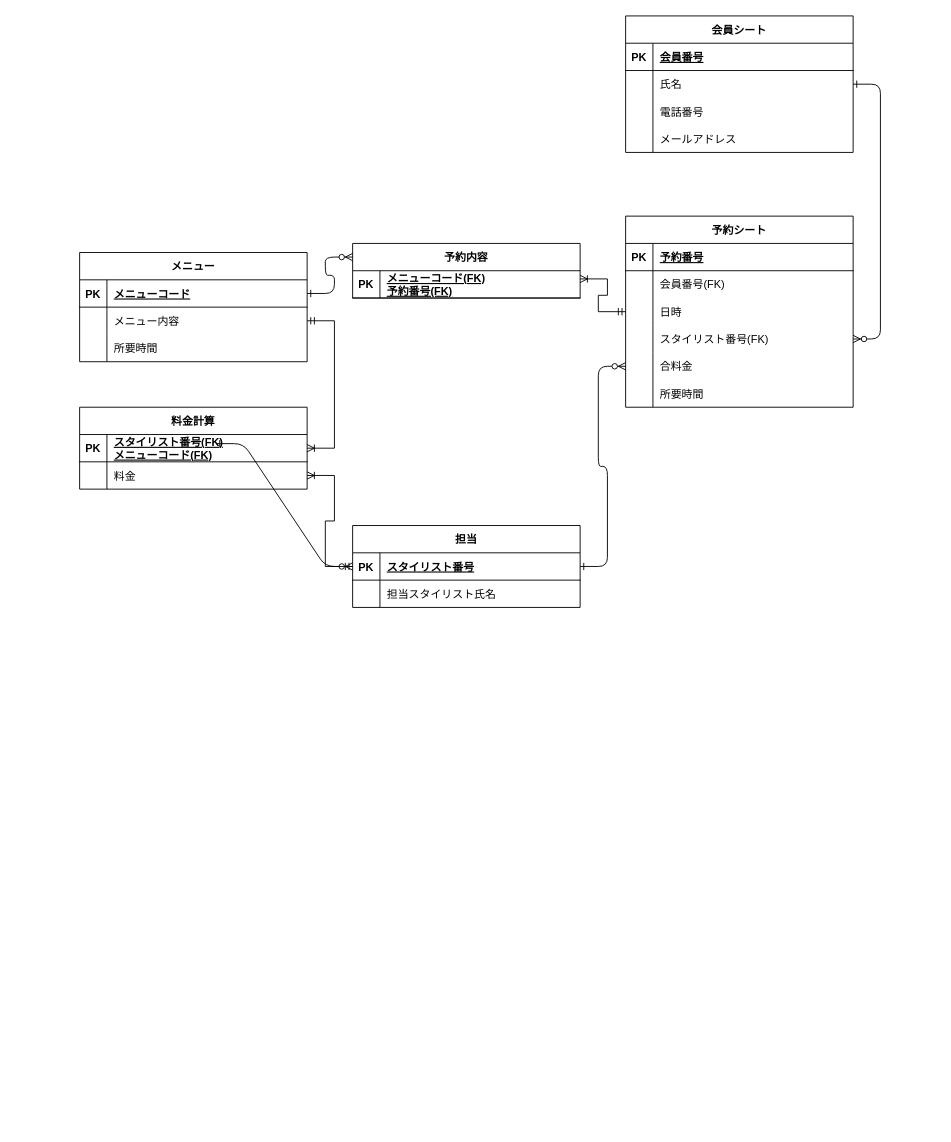
The draw.io diagram SQL入門総合問題.drawio in hie3-336/ER-draw.io, before the edit. Source tidied: cells renumbered, new cells numbered last; positions are measured from the earlier drawing's top-left corner, leaving out a move shared by most shapes. Both pictures are drawn from the tidied source at 91%, with x=0, y=0 at pixel (79, 15).
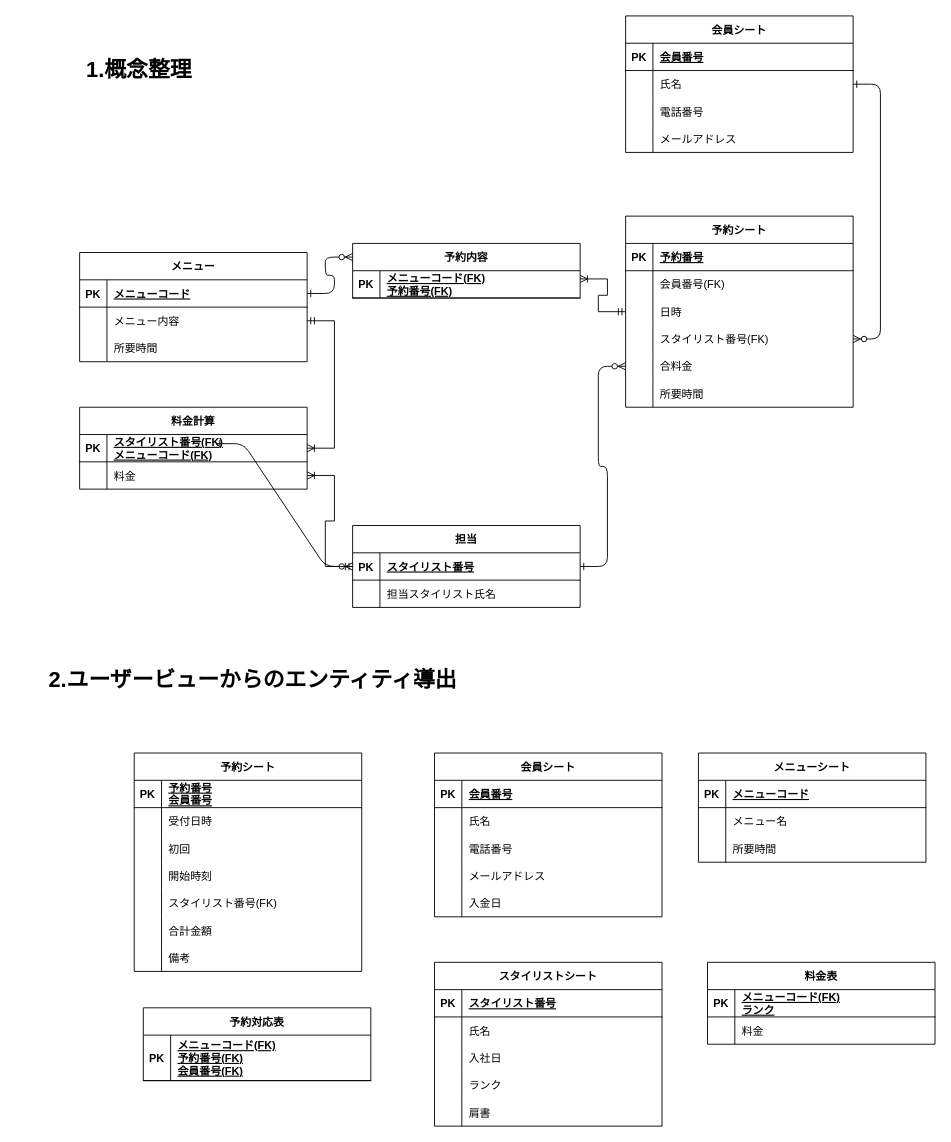
After the change.

Commit message (it also covers changes not shown here):
SQL入門総合問題.drawio を更新します

The edit, as a diff of the source:
```diff
@@
+    <mxCell id="69" value="1.概念整理" style="text;strokeColor=none;fillColor=none;html=1;fontSize=24;fontStyle=1;verticalAlign=middle;align=center;" parent="1" vertex="1">
+      <mxGeometry x="-10" y="40" width="150" height="40" as="geometry" />
+    </mxCell>
+    <mxCell id="70" value="2.ユーザービューからのエンティティ導出" style="text;strokeColor=none;fillColor=none;html=1;fontSize=24;fontStyle=1;verticalAlign=middle;align=center;" parent="1" vertex="1">
+      <mxGeometry x="-70" y="710" width="520" height="40" as="geometry" />
+    </mxCell>
+    <mxCell id="71" value="予約シート" style="shape=table;startSize=30;childLayout=tableLayout;rowLines=0;fontStyle=1;align=center;" parent="1" vertex="1">
+      <mxGeometry x="60" y="810" width="250" height="240" as="geometry" />
+    </mxCell>
+    <mxCell id="72" style="shape=partialRectangle;fillColor=none;top=0;left=0;right=0;bottom=1;" parent="71" vertex="1">
+      <mxGeometry y="30" width="250" height="30" as="geometry" />
+    </mxCell>
+    <mxCell id="73" value="PK" style="shape=partialRectangle;overflow=hidden;fillColor=none;top=0;left=0;bottom=0;right=0;fontStyle=1;" parent="72" vertex="1">
+      <mxGeometry width="30" height="30" as="geometry" />
+    </mxCell>
+    <mxCell id="74" value="予約番号&#10;会員番号" style="shape=partialRectangle;overflow=hidden;fillColor=none;top=0;left=0;bottom=0;right=0;align=left;spacingLeft=6;fontStyle=5;" parent="72" vertex="1">
+      <mxGeometry x="30" width="220" height="30" as="geometry" />
+    </mxCell>
+    <mxCell id="75" style="shape=partialRectangle;fillColor=none;top=0;left=0;right=0;bottom=0;" parent="71" vertex="1">
+      <mxGeometry y="60" width="250" height="30" as="geometry" />
+    </mxCell>
+    <mxCell id="76" style="shape=partialRectangle;overflow=hidden;fillColor=none;top=0;left=0;bottom=0;right=0;" parent="75" vertex="1">
+      <mxGeometry width="30" height="30" as="geometry" />
+    </mxCell>
+    <mxCell id="77" value="受付日時" style="shape=partialRectangle;overflow=hidden;fillColor=none;top=0;left=0;bottom=0;right=0;align=left;spacingLeft=6;" parent="75" vertex="1">
+      <mxGeometry x="30" width="220" height="30" as="geometry" />
+    </mxCell>
+    <mxCell id="78" style="shape=partialRectangle;fillColor=none;top=0;left=0;right=0;bottom=0;" parent="71" vertex="1">
+      <mxGeometry y="90" width="250" height="30" as="geometry" />
+    </mxCell>
+    <mxCell id="79" style="shape=partialRectangle;overflow=hidden;fillColor=none;top=0;left=0;bottom=0;right=0;" parent="78" vertex="1">
+      <mxGeometry width="30" height="30" as="geometry" />
+    </mxCell>
+    <mxCell id="80" value="初回" style="shape=partialRectangle;overflow=hidden;fillColor=none;top=0;left=0;bottom=0;right=0;align=left;spacingLeft=6;" parent="78" vertex="1">
+      <mxGeometry x="30" width="220" height="30" as="geometry" />
+    </mxCell>
+    <mxCell id="81" style="shape=partialRectangle;fillColor=none;top=0;left=0;right=0;bottom=0;" parent="71" vertex="1">
+      <mxGeometry y="120" width="250" height="30" as="geometry" />
+    </mxCell>
+    <mxCell id="82" style="shape=partialRectangle;overflow=hidden;fillColor=none;top=0;left=0;bottom=0;right=0;" parent="81" vertex="1">
+      <mxGeometry width="30" height="30" as="geometry" />
+    </mxCell>
+    <mxCell id="83" value="開始時刻" style="shape=partialRectangle;overflow=hidden;fillColor=none;top=0;left=0;bottom=0;right=0;align=left;spacingLeft=6;" parent="81" vertex="1">
+      <mxGeometry x="30" width="220" height="30" as="geometry" />
+    </mxCell>
+    <mxCell id="84" style="shape=partialRectangle;fillColor=none;top=0;left=0;right=0;bottom=0;" parent="71" vertex="1">
+      <mxGeometry y="150" width="250" height="30" as="geometry" />
+    </mxCell>
+    <mxCell id="85" style="shape=partialRectangle;overflow=hidden;fillColor=none;top=0;left=0;bottom=0;right=0;" parent="84" vertex="1">
+      <mxGeometry width="30" height="30" as="geometry" />
+    </mxCell>
+    <mxCell id="86" value="スタイリスト番号(FK)" style="shape=partialRectangle;overflow=hidden;fillColor=none;top=0;left=0;bottom=0;right=0;align=left;spacingLeft=6;" parent="84" vertex="1">
+      <mxGeometry x="30" width="220" height="30" as="geometry" />
+    </mxCell>
+    <mxCell id="87" style="shape=partialRectangle;fillColor=none;top=0;left=0;right=0;bottom=0;" parent="71" vertex="1">
+      <mxGeometry y="180" width="250" height="30" as="geometry" />
+    </mxCell>
+    <mxCell id="88" style="shape=partialRectangle;overflow=hidden;fillColor=none;top=0;left=0;bottom=0;right=0;" parent="87" vertex="1">
+      <mxGeometry width="30" height="30" as="geometry" />
+    </mxCell>
+    <mxCell id="89" value="合計金額" style="shape=partialRectangle;overflow=hidden;fillColor=none;top=0;left=0;bottom=0;right=0;align=left;spacingLeft=6;" parent="87" vertex="1">
+      <mxGeometry x="30" width="220" height="30" as="geometry" />
+    </mxCell>
+    <mxCell id="90" style="shape=partialRectangle;fillColor=none;top=0;left=0;right=0;bottom=0;" parent="71" vertex="1">
+      <mxGeometry y="210" width="250" height="30" as="geometry" />
+    </mxCell>
+    <mxCell id="91" style="shape=partialRectangle;overflow=hidden;fillColor=none;top=0;left=0;bottom=0;right=0;" parent="90" vertex="1">
+      <mxGeometry width="30" height="30" as="geometry" />
+    </mxCell>
+    <mxCell id="92" value="備考" style="shape=partialRectangle;overflow=hidden;fillColor=none;top=0;left=0;bottom=0;right=0;align=left;spacingLeft=6;" parent="90" vertex="1">
+      <mxGeometry x="30" width="220" height="30" as="geometry" />
+    </mxCell>
+    <mxCell id="93" value="会員シート" style="shape=table;startSize=30;childLayout=tableLayout;rowLines=0;fontStyle=1;align=center;" parent="1" vertex="1">
+      <mxGeometry x="390" y="810" width="250" height="180" as="geometry" />
+    </mxCell>
+    <mxCell id="94" style="shape=partialRectangle;fillColor=none;top=0;left=0;right=0;bottom=1;" parent="93" vertex="1">
+      <mxGeometry y="30" width="250" height="30" as="geometry" />
+    </mxCell>
+    <mxCell id="95" value="PK" style="shape=partialRectangle;overflow=hidden;fillColor=none;top=0;left=0;bottom=0;right=0;fontStyle=1;" parent="94" vertex="1">
+      <mxGeometry width="30" height="30" as="geometry" />
+    </mxCell>
+    <mxCell id="96" value="会員番号" style="shape=partialRectangle;overflow=hidden;fillColor=none;top=0;left=0;bottom=0;right=0;align=left;spacingLeft=6;fontStyle=5;" parent="94" vertex="1">
+      <mxGeometry x="30" width="220" height="30" as="geometry" />
+    </mxCell>
+    <mxCell id="97" style="shape=partialRectangle;fillColor=none;top=0;left=0;right=0;bottom=0;" parent="93" vertex="1">
+      <mxGeometry y="60" width="250" height="30" as="geometry" />
+    </mxCell>
+    <mxCell id="98" style="shape=partialRectangle;overflow=hidden;fillColor=none;top=0;left=0;bottom=0;right=0;" parent="97" vertex="1">
+      <mxGeometry width="30" height="30" as="geometry" />
+    </mxCell>
+    <mxCell id="99" value="氏名" style="shape=partialRectangle;overflow=hidden;fillColor=none;top=0;left=0;bottom=0;right=0;align=left;spacingLeft=6;" parent="97" vertex="1">
+      <mxGeometry x="30" width="220" height="30" as="geometry" />
+    </mxCell>
+    <mxCell id="100" style="shape=partialRectangle;fillColor=none;top=0;left=0;right=0;bottom=0;" parent="93" vertex="1">
+      <mxGeometry y="90" width="250" height="30" as="geometry" />
+    </mxCell>
+    <mxCell id="101" style="shape=partialRectangle;overflow=hidden;fillColor=none;top=0;left=0;bottom=0;right=0;" parent="100" vertex="1">
+      <mxGeometry width="30" height="30" as="geometry" />
+    </mxCell>
+    <mxCell id="102" value="電話番号" style="shape=partialRectangle;overflow=hidden;fillColor=none;top=0;left=0;bottom=0;right=0;align=left;spacingLeft=6;" parent="100" vertex="1">
+      <mxGeometry x="30" width="220" height="30" as="geometry" />
+    </mxCell>
+    <mxCell id="103" style="shape=partialRectangle;fillColor=none;top=0;left=0;right=0;bottom=0;" parent="93" vertex="1">
+      <mxGeometry y="120" width="250" height="30" as="geometry" />
+    </mxCell>
+    <mxCell id="104" style="shape=partialRectangle;overflow=hidden;fillColor=none;top=0;left=0;bottom=0;right=0;" parent="103" vertex="1">
+      <mxGeometry width="30" height="30" as="geometry" />
+    </mxCell>
+    <mxCell id="105" value="メールアドレス" style="shape=partialRectangle;overflow=hidden;fillColor=none;top=0;left=0;bottom=0;right=0;align=left;spacingLeft=6;" parent="103" vertex="1">
+      <mxGeometry x="30" width="220" height="30" as="geometry" />
+    </mxCell>
+    <mxCell id="106" style="shape=partialRectangle;fillColor=none;top=0;left=0;right=0;bottom=0;" parent="93" vertex="1">
+      <mxGeometry y="150" width="250" height="30" as="geometry" />
+    </mxCell>
+    <mxCell id="107" style="shape=partialRectangle;overflow=hidden;fillColor=none;top=0;left=0;bottom=0;right=0;" parent="106" vertex="1">
+      <mxGeometry width="30" height="30" as="geometry" />
+    </mxCell>
+    <mxCell id="108" value="入金日" style="shape=partialRectangle;overflow=hidden;fillColor=none;top=0;left=0;bottom=0;right=0;align=left;spacingLeft=6;" parent="106" vertex="1">
+      <mxGeometry x="30" width="220" height="30" as="geometry" />
+    </mxCell>
+    <mxCell id="109" value="メニューシート" style="shape=table;startSize=30;childLayout=tableLayout;rowLines=0;fontStyle=1;align=center;" parent="1" vertex="1">
+      <mxGeometry x="680" y="810" width="250" height="120" as="geometry" />
+    </mxCell>
+    <mxCell id="110" style="shape=partialRectangle;fillColor=none;top=0;left=0;right=0;bottom=1;" parent="109" vertex="1">
+      <mxGeometry y="30" width="250" height="30" as="geometry" />
+    </mxCell>
+    <mxCell id="111" value="PK" style="shape=partialRectangle;overflow=hidden;fillColor=none;top=0;left=0;bottom=0;right=0;fontStyle=1;" parent="110" vertex="1">
+      <mxGeometry width="30" height="30" as="geometry" />
+    </mxCell>
+    <mxCell id="112" value="メニューコード" style="shape=partialRectangle;overflow=hidden;fillColor=none;top=0;left=0;bottom=0;right=0;align=left;spacingLeft=6;fontStyle=5;" parent="110" vertex="1">
+      <mxGeometry x="30" width="220" height="30" as="geometry" />
+    </mxCell>
+    <mxCell id="113" style="shape=partialRectangle;fillColor=none;top=0;left=0;right=0;bottom=0;" parent="109" vertex="1">
+      <mxGeometry y="60" width="250" height="30" as="geometry" />
+    </mxCell>
+    <mxCell id="114" style="shape=partialRectangle;overflow=hidden;fillColor=none;top=0;left=0;bottom=0;right=0;" parent="113" vertex="1">
+      <mxGeometry width="30" height="30" as="geometry" />
+    </mxCell>
+    <mxCell id="115" value="メニュー名" style="shape=partialRectangle;overflow=hidden;fillColor=none;top=0;left=0;bottom=0;right=0;align=left;spacingLeft=6;" parent="113" vertex="1">
+      <mxGeometry x="30" width="220" height="30" as="geometry" />
+    </mxCell>
+    <mxCell id="116" style="shape=partialRectangle;fillColor=none;top=0;left=0;right=0;bottom=0;" parent="109" vertex="1">
+      <mxGeometry y="90" width="250" height="30" as="geometry" />
+    </mxCell>
+    <mxCell id="117" style="shape=partialRectangle;overflow=hidden;fillColor=none;top=0;left=0;bottom=0;right=0;" parent="116" vertex="1">
+      <mxGeometry width="30" height="30" as="geometry" />
+    </mxCell>
+    <mxCell id="118" value="所要時間" style="shape=partialRectangle;overflow=hidden;fillColor=none;top=0;left=0;bottom=0;right=0;align=left;spacingLeft=6;" parent="116" vertex="1">
+      <mxGeometry x="30" width="220" height="30" as="geometry" />
+    </mxCell>
+    <mxCell id="119" value="スタイリストシート" style="shape=table;startSize=30;childLayout=tableLayout;rowLines=0;fontStyle=1;align=center;" parent="1" vertex="1">
+      <mxGeometry x="390" y="1040" width="250" height="180" as="geometry" />
+    </mxCell>
+    <mxCell id="120" style="shape=partialRectangle;fillColor=none;top=0;left=0;right=0;bottom=1;" parent="119" vertex="1">
+      <mxGeometry y="30" width="250" height="30" as="geometry" />
+    </mxCell>
+    <mxCell id="121" value="PK" style="shape=partialRectangle;overflow=hidden;fillColor=none;top=0;left=0;bottom=0;right=0;fontStyle=1;" parent="120" vertex="1">
+      <mxGeometry width="30" height="30" as="geometry" />
+    </mxCell>
+    <mxCell id="122" value="スタイリスト番号" style="shape=partialRectangle;overflow=hidden;fillColor=none;top=0;left=0;bottom=0;right=0;align=left;spacingLeft=6;fontStyle=5;" parent="120" vertex="1">
+      <mxGeometry x="30" width="220" height="30" as="geometry" />
+    </mxCell>
+    <mxCell id="123" style="shape=partialRectangle;fillColor=none;top=0;left=0;right=0;bottom=0;" parent="119" vertex="1">
+      <mxGeometry y="60" width="250" height="30" as="geometry" />
+    </mxCell>
+    <mxCell id="124" style="shape=partialRectangle;overflow=hidden;fillColor=none;top=0;left=0;bottom=0;right=0;" parent="123" vertex="1">
+      <mxGeometry width="30" height="30" as="geometry" />
+    </mxCell>
+    <mxCell id="125" value="氏名" style="shape=partialRectangle;overflow=hidden;fillColor=none;top=0;left=0;bottom=0;right=0;align=left;spacingLeft=6;" parent="123" vertex="1">
+      <mxGeometry x="30" width="220" height="30" as="geometry" />
+    </mxCell>
+    <mxCell id="126" style="shape=partialRectangle;fillColor=none;top=0;left=0;right=0;bottom=0;" parent="119" vertex="1">
+      <mxGeometry y="90" width="250" height="30" as="geometry" />
+    </mxCell>
+    <mxCell id="127" style="shape=partialRectangle;overflow=hidden;fillColor=none;top=0;left=0;bottom=0;right=0;" parent="126" vertex="1">
+      <mxGeometry width="30" height="30" as="geometry" />
+    </mxCell>
+    <mxCell id="128" value="入社日" style="shape=partialRectangle;overflow=hidden;fillColor=none;top=0;left=0;bottom=0;right=0;align=left;spacingLeft=6;" parent="126" vertex="1">
+      <mxGeometry x="30" width="220" height="30" as="geometry" />
+    </mxCell>
+    <mxCell id="129" style="shape=partialRectangle;fillColor=none;top=0;left=0;right=0;bottom=0;" parent="119" vertex="1">
+      <mxGeometry y="120" width="250" height="30" as="geometry" />
+    </mxCell>
+    <mxCell id="130" style="shape=partialRectangle;overflow=hidden;fillColor=none;top=0;left=0;bottom=0;right=0;" parent="129" vertex="1">
+      <mxGeometry width="30" height="30" as="geometry" />
+    </mxCell>
+    <mxCell id="131" value="ランク" style="shape=partialRectangle;overflow=hidden;fillColor=none;top=0;left=0;bottom=0;right=0;align=left;spacingLeft=6;" parent="129" vertex="1">
+      <mxGeometry x="30" width="220" height="30" as="geometry" />
+    </mxCell>
+    <mxCell id="132" style="shape=partialRectangle;fillColor=none;top=0;left=0;right=0;bottom=0;" parent="119" vertex="1">
+      <mxGeometry y="150" width="250" height="30" as="geometry" />
+    </mxCell>
+    <mxCell id="133" style="shape=partialRectangle;overflow=hidden;fillColor=none;top=0;left=0;bottom=0;right=0;" parent="132" vertex="1">
+      <mxGeometry width="30" height="30" as="geometry" />
+    </mxCell>
+    <mxCell id="134" value="肩書" style="shape=partialRectangle;overflow=hidden;fillColor=none;top=0;left=0;bottom=0;right=0;align=left;spacingLeft=6;" parent="132" vertex="1">
+      <mxGeometry x="30" width="220" height="30" as="geometry" />
+    </mxCell>
+    <mxCell id="135" value="料金表" style="shape=table;startSize=30;childLayout=tableLayout;rowLines=0;fontStyle=1;align=center;" parent="1" vertex="1">
+      <mxGeometry x="690" y="1040" width="250" height="90" as="geometry" />
+    </mxCell>
+    <mxCell id="136" style="shape=partialRectangle;fillColor=none;top=0;left=0;right=0;bottom=1;" parent="135" vertex="1">
+      <mxGeometry y="30" width="250" height="30" as="geometry" />
+    </mxCell>
+    <mxCell id="137" value="PK" style="shape=partialRectangle;overflow=hidden;fillColor=none;top=0;left=0;bottom=0;right=0;fontStyle=1;" parent="136" vertex="1">
+      <mxGeometry width="30" height="30" as="geometry" />
+    </mxCell>
+    <mxCell id="138" value="メニューコード(FK)&#10;ランク" style="shape=partialRectangle;overflow=hidden;fillColor=none;top=0;left=0;bottom=0;right=0;align=left;spacingLeft=6;fontStyle=5;" parent="136" vertex="1">
+      <mxGeometry x="30" width="220" height="30" as="geometry" />
+    </mxCell>
+    <mxCell id="139" style="shape=partialRectangle;fillColor=none;top=0;left=0;right=0;bottom=0;" parent="135" vertex="1">
+      <mxGeometry y="60" width="250" height="30" as="geometry" />
+    </mxCell>
+    <mxCell id="140" style="shape=partialRectangle;overflow=hidden;fillColor=none;top=0;left=0;bottom=0;right=0;" parent="139" vertex="1">
+      <mxGeometry width="30" height="30" as="geometry" />
+    </mxCell>
+    <mxCell id="141" value="料金" style="shape=partialRectangle;overflow=hidden;fillColor=none;top=0;left=0;bottom=0;right=0;align=left;spacingLeft=6;" parent="139" vertex="1">
+      <mxGeometry x="30" width="220" height="30" as="geometry" />
+    </mxCell>
+    <mxCell id="142" value="予約対応表" style="shape=table;startSize=30;childLayout=tableLayout;rowLines=0;fontStyle=1;align=center;" parent="1" vertex="1">
+      <mxGeometry x="70" y="1090" width="250" height="80" as="geometry" />
+    </mxCell>
+    <mxCell id="143" style="shape=partialRectangle;fillColor=none;top=0;left=0;right=0;bottom=1;" parent="142" vertex="1">
+      <mxGeometry y="30" width="250" height="50" as="geometry" />
+    </mxCell>
+    <mxCell id="144" value="PK" style="shape=partialRectangle;overflow=hidden;fillColor=none;top=0;left=0;bottom=0;right=0;fontStyle=1;" parent="143" vertex="1">
+      <mxGeometry width="30" height="50" as="geometry" />
+    </mxCell>
+    <mxCell id="145" value="メニューコード(FK)&#10;予約番号(FK)&#10;会員番号(FK)" style="shape=partialRectangle;overflow=hidden;fillColor=none;top=0;left=0;bottom=0;right=0;align=left;spacingLeft=6;fontStyle=5;" parent="143" vertex="1">
+      <mxGeometry x="30" width="220" height="50" as="geometry" />
+    </mxCell>
```
